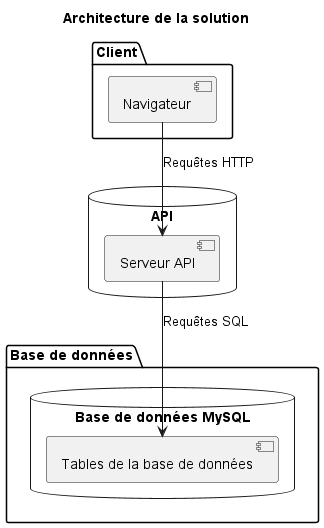
This is img/solution.png from TabarBaptiste/sushiFast, a PlantUML export, as it was before one commit.
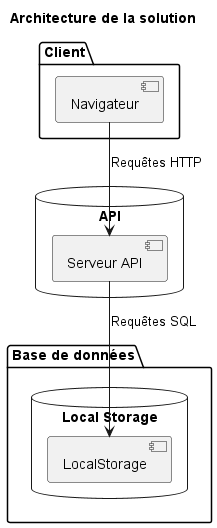
Above is the later version.

Change to the diagram source:
```diff
@@ -10,11 +10,11 @@
 }
 
 package "Base de données" {
-  database "Base de données MySQL" {
-    [Tables de la base de données]
+  database "Local Storage" {
+    [LocalStorage]
   }
 }
 
 [Navigateur] --> [Serveur API] : Requêtes HTTP
-[Serveur API] --> [Tables de la base de données] : Requêtes SQL
+[Serveur API] --> [LocalStorage] : Requêtes SQL
 @enduml
```
